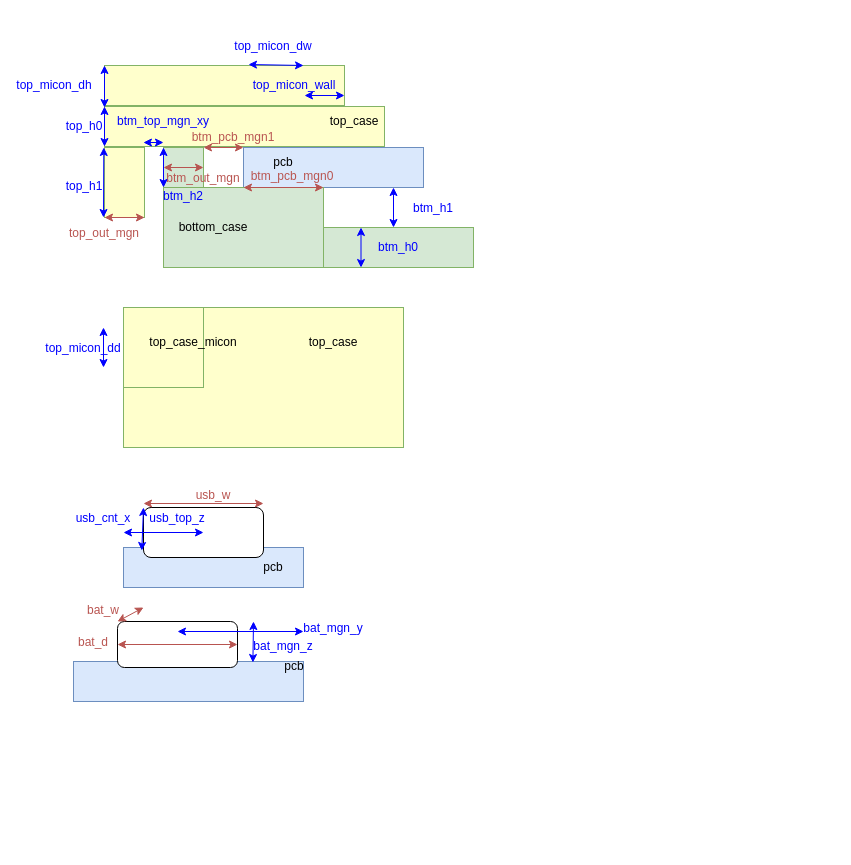
masashi2ueda/solx keeps this draw.io diagram as solx/components/keyboard/keycase.drawio. Above is the earlier version. Source tidied: cells renumbered, new cells numbered last; positions are measured from the earlier drawing's top-left corner, leaving out a move shared by most shapes. Both pictures are drawn from the tidied source at 100%, with x=0, y=0 at pixel (24, 37).
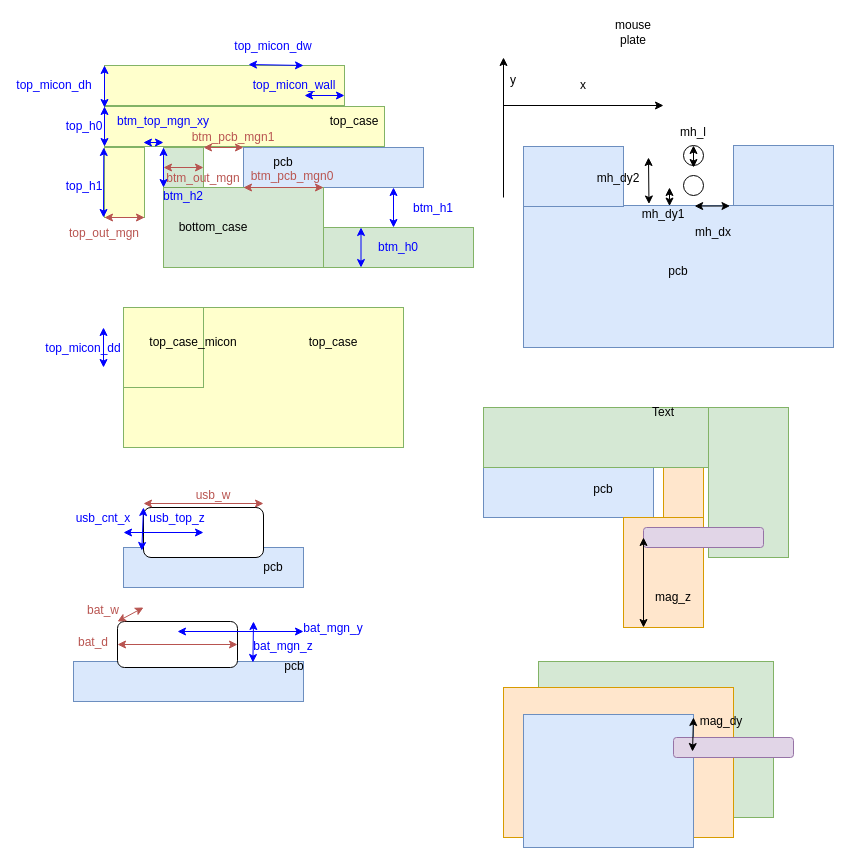
The same diagram, later.

Change to the diagram source:
```diff
@@
+    <mxCell id="64" style="rounded=0;whiteSpace=wrap;html=1;fillColor=#dae8fc;strokeColor=#6c8ebf;" parent="1" vertex="1">
+      <mxGeometry x="709" y="108" width="100" height="60" as="geometry" />
+    </mxCell>
+    <mxCell id="65" style="edgeStyle=none;html=1;" parent="1" edge="1" source="66" target="64">
+      <mxGeometry relative="1" as="geometry" />
+    </mxCell>
+    <mxCell id="66" style="rounded=0;whiteSpace=wrap;html=1;fillColor=#dae8fc;strokeColor=#6c8ebf;" parent="1" vertex="1">
+      <mxGeometry x="499" y="168" width="310" height="142" as="geometry" />
+    </mxCell>
+    <mxCell id="67" style="rounded=0;whiteSpace=wrap;html=1;fillColor=#dae8fc;strokeColor=#6c8ebf;" parent="1" vertex="1">
+      <mxGeometry x="499" y="109" width="100" height="60" as="geometry" />
+    </mxCell>
+    <mxCell id="68" value="pcb" style="text;html=1;align=center;verticalAlign=middle;whiteSpace=wrap;rounded=0;" parent="1" vertex="1">
+      <mxGeometry x="624" y="219" width="60" height="30" as="geometry" />
+    </mxCell>
+    <mxCell id="69" style="ellipse;whiteSpace=wrap;html=1;" parent="1" vertex="1">
+      <mxGeometry x="659" y="108" width="20" height="20" as="geometry" />
+    </mxCell>
+    <mxCell id="70" style="ellipse;whiteSpace=wrap;html=1;" parent="1" vertex="1">
+      <mxGeometry x="659" y="138" width="20" height="20" as="geometry" />
+    </mxCell>
+    <mxCell id="71" style="endArrow=classic;startArrow=classic;html=1;entryX=0.552;entryY=0.004;entryDx=0;entryDy=0;entryPerimeter=0;exitX=-0.035;exitY=1.008;exitDx=0;exitDy=0;exitPerimeter=0;" parent="1" edge="1" source="64" target="66">
+      <mxGeometry relative="1" as="geometry" />
+    </mxCell>
+    <mxCell id="72" value="mh_dx" style="text;html=1;align=center;verticalAlign=middle;whiteSpace=wrap;rounded=0;" parent="1" vertex="1">
+      <mxGeometry x="659" y="180" width="60" height="30" as="geometry" />
+    </mxCell>
+    <mxCell id="73" style="endArrow=classic;startArrow=classic;html=1;entryX=0.471;entryY=0.004;entryDx=0;entryDy=0;entryPerimeter=0;" parent="1" edge="1" target="66">
+      <mxGeometry relative="1" as="geometry">
+        <mxPoint x="645" y="150" as="sourcePoint" />
+      </mxGeometry>
+    </mxCell>
+    <mxCell id="74" value="mh_dy1" style="text;html=1;align=center;verticalAlign=middle;whiteSpace=wrap;rounded=0;" parent="1" vertex="1">
+      <mxGeometry x="609" y="162" width="60" height="30" as="geometry" />
+    </mxCell>
+    <mxCell id="75" style="endArrow=classic;startArrow=classic;html=1;entryX=0.258;entryY=0.15;entryDx=0;entryDy=0;entryPerimeter=0;" parent="1" edge="1" target="74">
+      <mxGeometry relative="1" as="geometry">
+        <mxPoint x="624" y="120" as="sourcePoint" />
+      </mxGeometry>
+    </mxCell>
+    <mxCell id="76" value="mh_dy2" style="text;html=1;align=center;verticalAlign=middle;whiteSpace=wrap;rounded=0;" parent="1" vertex="1">
+      <mxGeometry x="564" y="126" width="60" height="30" as="geometry" />
+    </mxCell>
+    <mxCell id="77" style="endArrow=classic;startArrow=classic;html=1;exitX=0.5;exitY=0;exitDx=0;exitDy=0;" parent="1" edge="1" source="69">
+      <mxGeometry relative="1" as="geometry">
+        <mxPoint x="669" y="130" as="targetPoint" />
+      </mxGeometry>
+    </mxCell>
+    <mxCell id="78" value="mh_l" style="text;html=1;align=center;verticalAlign=middle;whiteSpace=wrap;rounded=0;" parent="1" vertex="1">
+      <mxGeometry x="639" y="80" width="60" height="30" as="geometry" />
+    </mxCell>
+    <mxCell id="79" style="endArrow=classic;html=1;" parent="1" edge="1">
+      <mxGeometry relative="1" as="geometry">
+        <mxPoint x="479" y="68" as="sourcePoint" />
+        <mxPoint x="639" y="68" as="targetPoint" />
+      </mxGeometry>
+    </mxCell>
+    <mxCell id="80" style="endArrow=classic;html=1;" parent="1" edge="1">
+      <mxGeometry relative="1" as="geometry">
+        <mxPoint x="479" y="160" as="sourcePoint" />
+        <mxPoint x="479" y="20" as="targetPoint" />
+      </mxGeometry>
+    </mxCell>
+    <mxCell id="81" value="x" style="text;html=1;align=center;verticalAlign=middle;whiteSpace=wrap;rounded=0;" parent="1" vertex="1">
+      <mxGeometry x="529" y="33" width="60" height="30" as="geometry" />
+    </mxCell>
+    <mxCell id="82" value="y" style="text;html=1;align=center;verticalAlign=middle;whiteSpace=wrap;rounded=0;" parent="1" vertex="1">
+      <mxGeometry x="459" y="28" width="60" height="30" as="geometry" />
+    </mxCell>
+    <mxCell id="83" value="mouse plate" style="text;html=1;align=center;verticalAlign=middle;whiteSpace=wrap;rounded=0;" parent="1" vertex="1">
+      <mxGeometry x="579" y="-20" width="60" height="30" as="geometry" />
+    </mxCell>
+    <mxCell id="84" style="rounded=0;whiteSpace=wrap;html=1;fillColor=#dae8fc;strokeColor=#6c8ebf;" parent="1" vertex="1">
+      <mxGeometry x="459" y="430" width="170" height="50" as="geometry" />
+    </mxCell>
+    <mxCell id="85" value="pcb" style="text;html=1;align=center;verticalAlign=middle;whiteSpace=wrap;rounded=0;" parent="1" vertex="1">
+      <mxGeometry x="549" y="437" width="60" height="30" as="geometry" />
+    </mxCell>
+    <mxCell id="86" style="rounded=0;whiteSpace=wrap;html=1;fillColor=#ffe6cc;strokeColor=#d79b00;" parent="1" vertex="1">
+      <mxGeometry x="639" y="430" width="40" height="50" as="geometry" />
+    </mxCell>
+    <mxCell id="87" style="rounded=0;whiteSpace=wrap;html=1;fillColor=#ffe6cc;strokeColor=#d79b00;" parent="1" vertex="1">
+      <mxGeometry x="599" y="480" width="80" height="110" as="geometry" />
+    </mxCell>
+    <mxCell id="88" style="rounded=0;whiteSpace=wrap;html=1;fillColor=#d5e8d4;strokeColor=#82b366;" parent="1" vertex="1">
+      <mxGeometry x="684" y="370" width="80" height="150" as="geometry" />
+    </mxCell>
+    <mxCell id="89" style="rounded=0;whiteSpace=wrap;html=1;fillColor=#d5e8d4;strokeColor=#82b366;" parent="1" vertex="1">
+      <mxGeometry x="459" y="370" width="225" height="60" as="geometry" />
+    </mxCell>
+    <mxCell id="90" style="rounded=1;whiteSpace=wrap;html=1;fillColor=#e1d5e7;strokeColor=#9673a6;" parent="1" vertex="1">
+      <mxGeometry x="619" y="490" width="120" height="20" as="geometry" />
+    </mxCell>
+    <mxCell id="91" style="rounded=0;whiteSpace=wrap;html=1;fillColor=#d5e8d4;strokeColor=#82b366;" parent="1" vertex="1">
+      <mxGeometry x="514" y="624" width="235" height="156" as="geometry" />
+    </mxCell>
+    <mxCell id="92" style="rounded=0;whiteSpace=wrap;html=1;fillColor=#ffe6cc;strokeColor=#d79b00;" parent="1" vertex="1">
+      <mxGeometry x="479" y="650" width="230" height="150" as="geometry" />
+    </mxCell>
+    <mxCell id="93" style="endArrow=classic;startArrow=classic;html=1;entryX=0;entryY=0.5;entryDx=0;entryDy=0;exitX=0.25;exitY=1;exitDx=0;exitDy=0;" parent="1" edge="1" source="87" target="90">
+      <mxGeometry relative="1" as="geometry" />
+    </mxCell>
+    <mxCell id="94" value="mag_z" style="text;html=1;align=center;verticalAlign=middle;whiteSpace=wrap;rounded=0;" parent="1" vertex="1">
+      <mxGeometry x="619" y="545" width="60" height="30" as="geometry" />
+    </mxCell>
+    <mxCell id="95" style="rounded=0;whiteSpace=wrap;html=1;fillColor=#dae8fc;strokeColor=#6c8ebf;" parent="1" vertex="1">
+      <mxGeometry x="499" y="677" width="170" height="133" as="geometry" />
+    </mxCell>
+    <mxCell id="96" style="rounded=1;whiteSpace=wrap;html=1;fillColor=#e1d5e7;strokeColor=#9673a6;" parent="1" vertex="1">
+      <mxGeometry x="649" y="700" width="120" height="20" as="geometry" />
+    </mxCell>
+    <mxCell id="97" style="endArrow=classic;startArrow=classic;html=1;exitX=0.25;exitY=1;exitDx=0;exitDy=0;" parent="1" edge="1">
+      <mxGeometry relative="1" as="geometry">
+        <mxPoint x="668" y="714" as="sourcePoint" />
+        <mxPoint x="669" y="680" as="targetPoint" />
+      </mxGeometry>
+    </mxCell>
+    <mxCell id="98" value="mag_dy" style="text;html=1;align=center;verticalAlign=middle;whiteSpace=wrap;rounded=0;" parent="1" vertex="1">
+      <mxGeometry x="667" y="669" width="60" height="30" as="geometry" />
+    </mxCell>
+    <mxCell id="99" value="Text" style="text;strokeColor=none;align=center;fillColor=none;html=1;verticalAlign=middle;whiteSpace=wrap;rounded=0;" parent="1" vertex="1">
+      <mxGeometry x="609" y="360" width="60" height="30" as="geometry" />
+    </mxCell>
```
